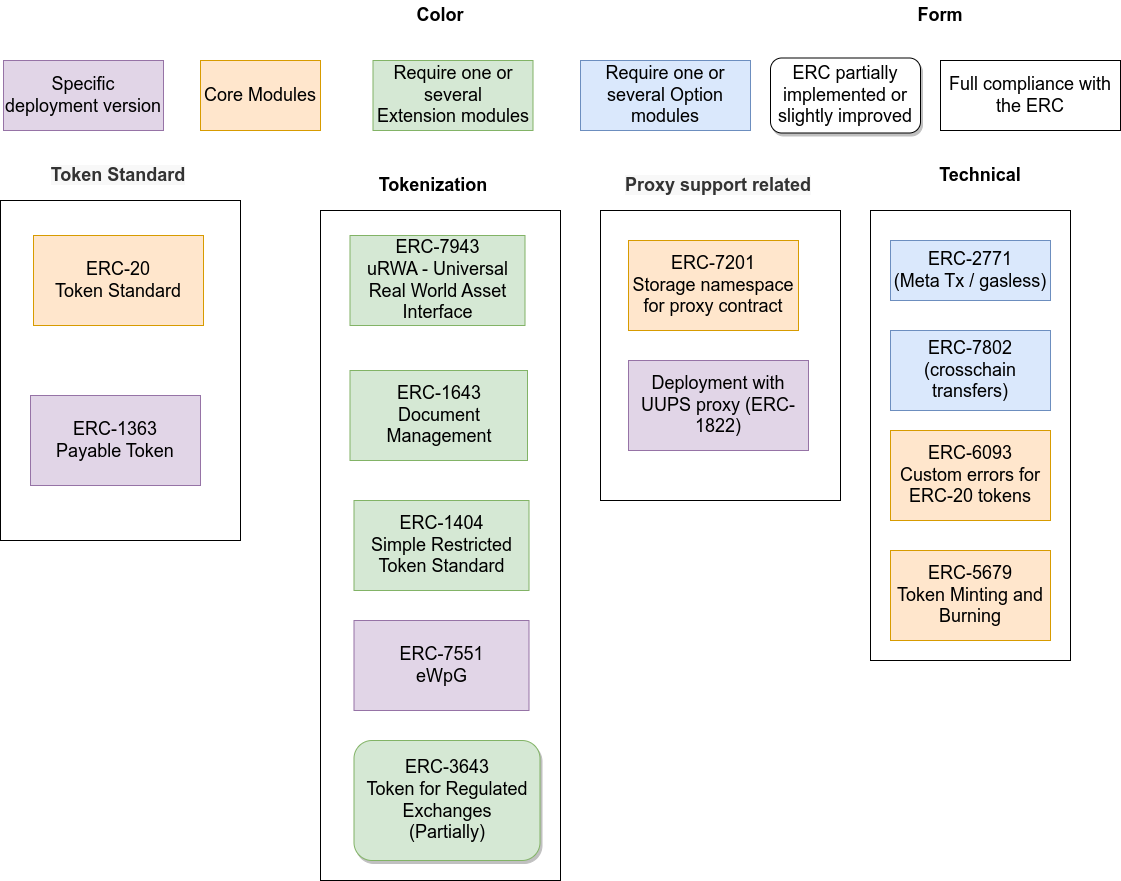
This is doc/schema/drawio/architecture-ERC.drawio.png from CMTA/CMTAT, a draw.io export, as it was before one commit. Source tidied: cells renumbered, new cells last; positions are measured from the earlier drawing's top-left corner, leaving out a move shared by most shapes.
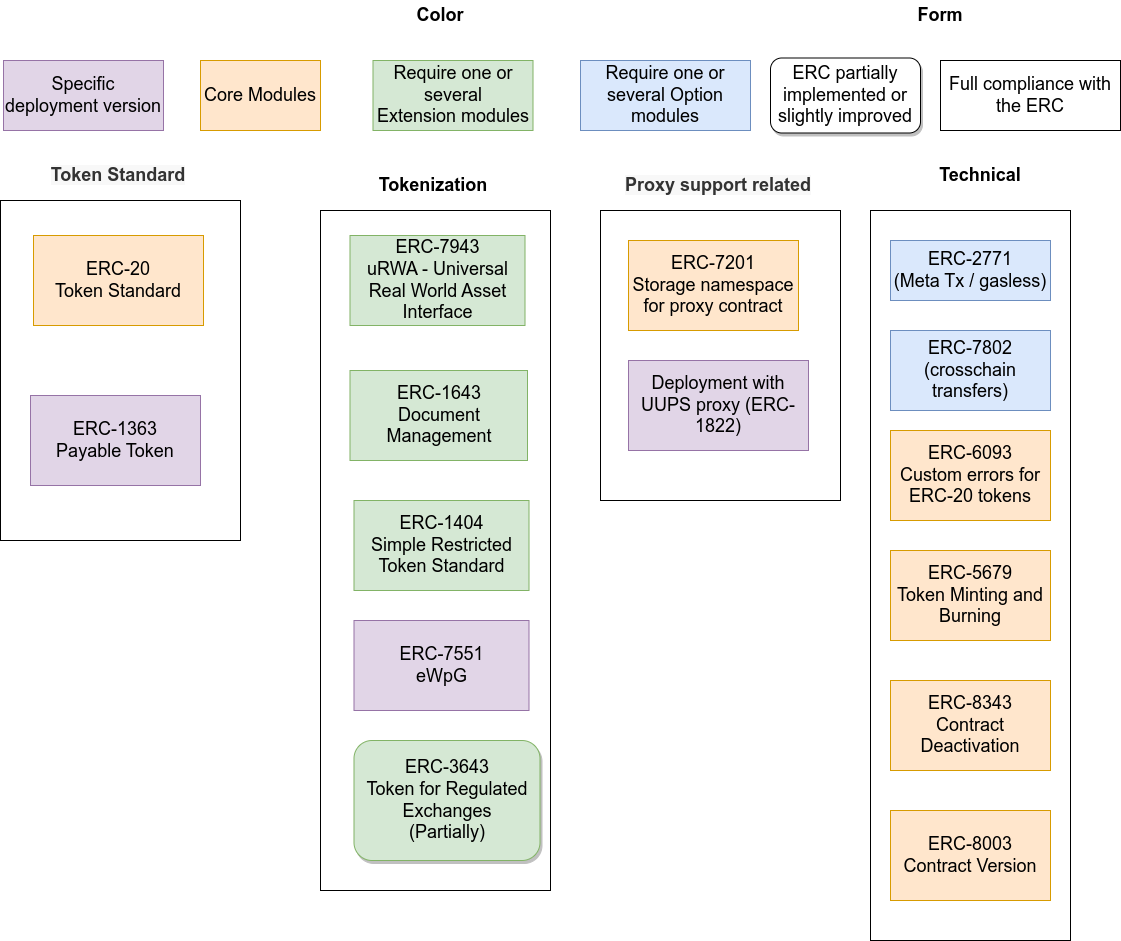
After the commit.

Commit message:
docs(readme): add Permit (ERC-2612), Multicall (ERC-6357) and Holder List to the Optional features list + update ERC schema

Diff of the diagram source:
```diff
@@ -3,7 +3,7 @@
     <mxCell id="0" />
     <mxCell id="1" parent="0" />
     <mxCell id="2" style="rounded=0;whiteSpace=wrap;html=1;fontSize=18;" parent="1" vertex="1">
-      <mxGeometry x="320" y="210" width="240" height="670" as="geometry" />
+      <mxGeometry x="320" y="210" width="230" height="680" as="geometry" />
     </mxCell>
     <mxCell id="3" value="Tokenization" style="text;html=1;strokeColor=none;fillColor=none;align=center;verticalAlign=middle;whiteSpace=wrap;rounded=0;fontStyle=1;fontSize=18;" parent="1" vertex="1">
       <mxGeometry x="332.5" y="170" width="200" height="30" as="geometry" />
@@ -18,7 +18,7 @@
       <mxGeometry x="628" y="240" width="170" height="90" as="geometry" />
     </mxCell>
     <mxCell id="7" style="rounded=0;whiteSpace=wrap;html=1;fontSize=18;" parent="1" vertex="1">
-      <mxGeometry x="870" y="210" width="200" height="450" as="geometry" />
+      <mxGeometry x="870" y="210" width="200" height="730" as="geometry" />
     </mxCell>
     <mxCell id="8" value="Technical" style="text;html=1;strokeColor=none;fillColor=none;align=center;verticalAlign=middle;whiteSpace=wrap;rounded=0;fontSize=18;fontStyle=1;" parent="1" vertex="1">
       <mxGeometry x="950" y="160" width="60" height="30" as="geometry" />
@@ -89,5 +89,11 @@
     <mxCell id="30" value="ERC-1643&lt;br&gt;Document Management" style="rounded=0;whiteSpace=wrap;html=1;fontSize=18;fillColor=#d5e8d4;strokeColor=#82b366;" parent="1" vertex="1">
       <mxGeometry x="349.5" y="370" width="177.5" height="90" as="geometry" />
     </mxCell>
+    <mxCell id="31" value="ERC-8343&lt;br&gt;Contract Deactivation" style="rounded=0;whiteSpace=wrap;html=1;fontSize=18;fillColor=#ffe6cc;strokeColor=#d79b00;" parent="1" vertex="1">
+      <mxGeometry x="890" y="680" width="160" height="90" as="geometry" />
+    </mxCell>
+    <mxCell id="32" value="ERC-8003&lt;br&gt;Contract Version" style="rounded=0;whiteSpace=wrap;html=1;fontSize=18;fillColor=#ffe6cc;strokeColor=#d79b00;" parent="1" vertex="1">
+      <mxGeometry x="890" y="810" width="160" height="90" as="geometry" />
+    </mxCell>
   </root>
 </mxGraphModel>
```
